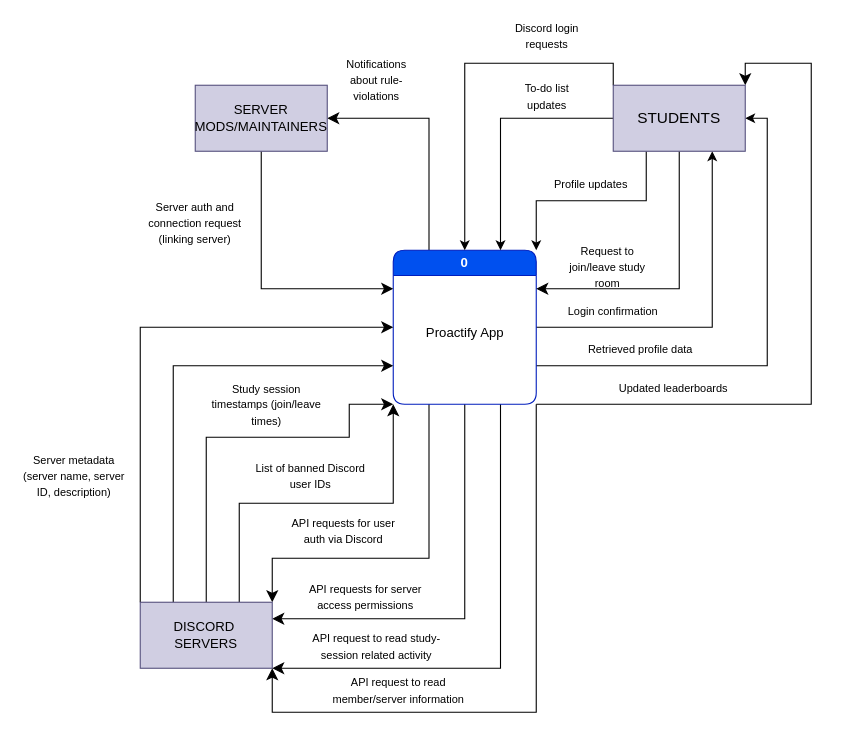
The draw.io diagram page "Context" (1 of 2) of Proactify Context Diagram.drawio in gordonn/proactify-study, before the edit. Source tidied: cells renumbered, new cells numbered last; positions are measured from the earlier drawing's top-left corner, leaving out a move shared by most shapes. Both pictures are drawn from the tidied source at 110%, with x=0, y=0 at pixel (19, 19).
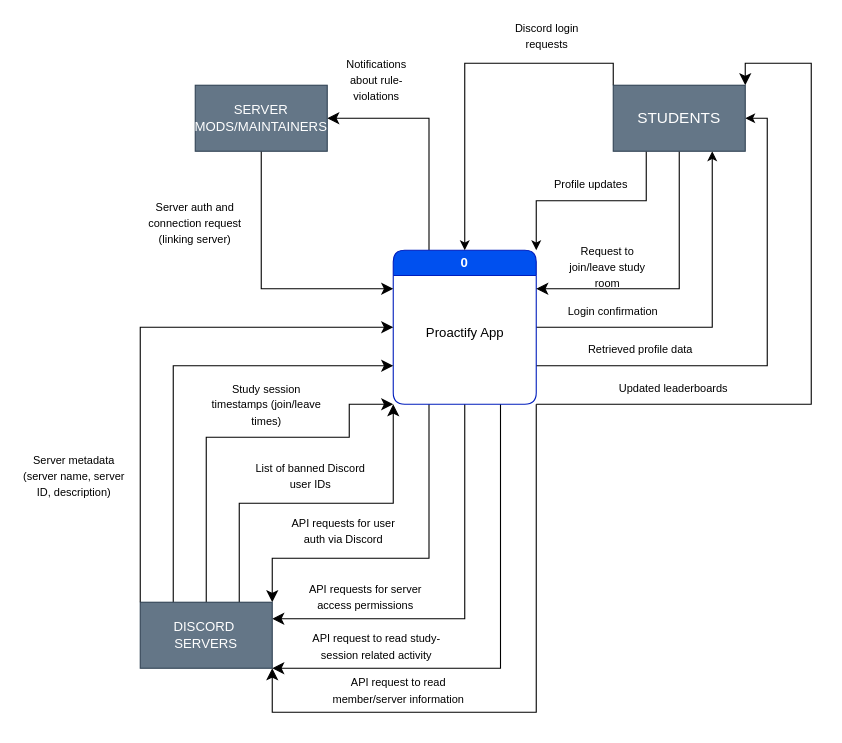
After the change.

Unchanged cells that the change refers to:
```xml
<mxCell id="9" value="&lt;div&gt;0&lt;/div&gt;" style="swimlane;whiteSpace=wrap;html=1;rounded=1;fillColor=#0050ef;strokeColor=#001DBC;fontColor=#ffffff;" parent="1" vertex="1">
  <mxGeometry x="340" y="210" width="130" height="140" as="geometry" />
</mxCell>
```

The edit, as a diff of the source:
```diff
@@
-    <mxCell id="11" style="edgeStyle=orthogonalEdgeStyle;rounded=0;jettySize=auto;html=1;exitX=0;exitY=0.5;exitDx=0;exitDy=0;entryX=0.75;entryY=0;entryDx=0;entryDy=0;" parent="1" edge="1" source="15" target="9">
-      <mxGeometry relative="1" as="geometry" />
-    </mxCell>
@@
-    <mxCell id="15" value="&lt;font style=&quot;font-size: 14px;&quot;&gt;STUDENTS&lt;/font&gt;" style="rounded=0;whiteSpace=wrap;html=1;fillColor=#d0cee2;strokeColor=#56517e;" parent="1" vertex="1">
+    <mxCell id="15" value="&lt;font style=&quot;font-size: 14px;&quot;&gt;STUDENTS&lt;/font&gt;" style="rounded=0;whiteSpace=wrap;html=1;fillColor=#647687;strokeColor=#314354;fontColor=#ffffff;" parent="1" vertex="1">
       <mxGeometry x="540" y="60" width="120" height="60" as="geometry" />
     </mxCell>
@@
-    <mxCell id="17" value="SERVER MODS/MAINTAINERS" style="rounded=0;whiteSpace=wrap;html=1;fillColor=#d0cee2;strokeColor=#56517e;" parent="1" vertex="1">
+    <mxCell id="17" value="SERVER MODS/MAINTAINERS" style="rounded=0;whiteSpace=wrap;html=1;fillColor=#647687;strokeColor=#314354;fontColor=#ffffff;" parent="1" vertex="1">
       <mxGeometry x="160" y="60" width="120" height="60" as="geometry" />
     </mxCell>
@@
-    <mxCell id="22" value="&lt;div&gt;DISCORD&amp;nbsp;&lt;/div&gt;&lt;div&gt;SERVERS&lt;/div&gt;" style="rounded=0;whiteSpace=wrap;html=1;fillColor=#d0cee2;strokeColor=#56517e;" parent="1" vertex="1">
+    <mxCell id="22" value="&lt;div&gt;DISCORD&amp;nbsp;&lt;/div&gt;&lt;div&gt;SERVERS&lt;/div&gt;" style="rounded=0;whiteSpace=wrap;html=1;fillColor=#647687;strokeColor=#314354;fontColor=#ffffff;" parent="1" vertex="1">
       <mxGeometry x="110" y="530" width="120" height="60" as="geometry" />
     </mxCell>
@@
-    <mxCell id="25" value="&lt;font style=&quot;font-size: 10px;&quot;&gt;To-do list updates&lt;/font&gt;" style="text;html=1;whiteSpace=wrap;strokeColor=none;fillColor=none;align=center;verticalAlign=middle;rounded=0;" parent="1" vertex="1">
-      <mxGeometry x="450" y="50" width="60" height="40" as="geometry" />
-    </mxCell>
```
